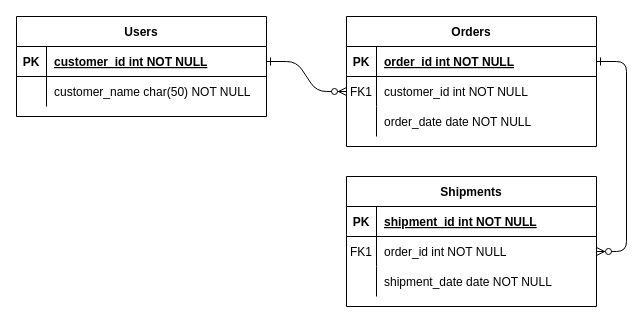
Earlier version of the draw.io diagram 名称未設定ファイル.drawio (matsu977/laravel-posting-app). Source tidied: cells renumbered, new cells numbered last; positions are measured from the earlier drawing's top-left corner, leaving out a move shared by most shapes. Both pictures are drawn from the tidied source at 100%, with x=0, y=0 at pixel (16, 16).
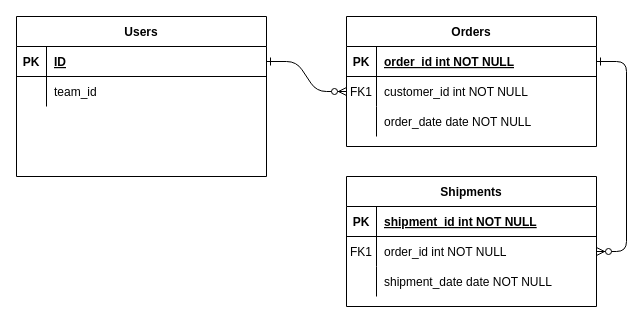
Above is the later version.

Commit message (it also covers changes not shown here):
名称未設定ファイル.drawio を更新します

Unchanged cells that the change refers to:
```xml
<mxCell id="25" style="shape=partialRectangle;fillColor=none;points=[[0,0.5],[1,0.5]];portConstraint=eastwest;top=0;left=0;right=0;bottom=1;" parent="24" vertex="1">
  <mxGeometry y="30" width="250" height="30" as="geometry" />
</mxCell>
<mxCell id="28" style="shape=partialRectangle;fillColor=none;top=0;left=0;right=0;bottom=0;" parent="24" vertex="1">
  <mxGeometry y="60" width="250" height="30" as="geometry" />
</mxCell>
```

What changed in the source:
```diff
@@
     <mxCell id="24" value="Users" style="shape=table;startSize=30;childLayout=tableLayout;rowLines=0;fontStyle=1;align=center;" parent="1" vertex="1">
-      <mxGeometry width="250" height="100" as="geometry" />
+      <mxGeometry width="250" height="160" as="geometry" />
     </mxCell>
@@
-    <mxCell id="27" value="customer_id int NOT NULL " style="shape=partialRectangle;overflow=hidden;fillColor=none;top=0;left=0;bottom=0;right=0;align=left;spacingLeft=6;fontStyle=5;" parent="25" vertex="1">
+    <mxCell id="27" value="ID" style="shape=partialRectangle;overflow=hidden;fillColor=none;top=0;left=0;bottom=0;right=0;align=left;spacingLeft=6;fontStyle=5;" parent="25" vertex="1">
       <mxGeometry x="30" width="220" height="30" as="geometry" />
     </mxCell>
@@
-    <mxCell id="30" value="customer_name char(50) NOT NULL" style="shape=partialRectangle;overflow=hidden;fillColor=none;top=0;left=0;bottom=0;right=0;align=left;spacingLeft=6;" parent="28" vertex="1">
+    <mxCell id="30" value="team_id" style="shape=partialRectangle;overflow=hidden;fillColor=none;top=0;left=0;bottom=0;right=0;align=left;spacingLeft=6;" parent="28" vertex="1">
       <mxGeometry x="30" width="220" height="30" as="geometry" />
     </mxCell>
```
